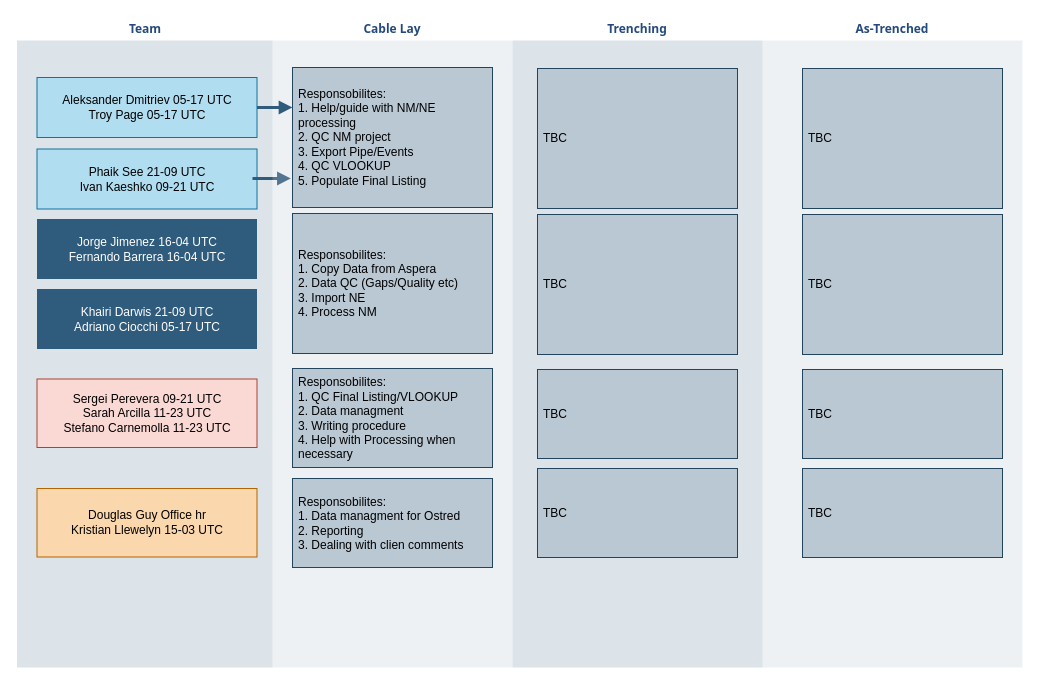
Balumys/xkcd_comics keeps this draw.io diagram as Диаграмма без названия.drawio. Above is the earlier version. Source tidied: cells renumbered, new cells numbered last; positions are measured from the earlier drawing's top-left corner, leaving out a move shared by most shapes. Both pictures are drawn from the tidied source at 100%, with x=0, y=0 at pixel (16, 17).
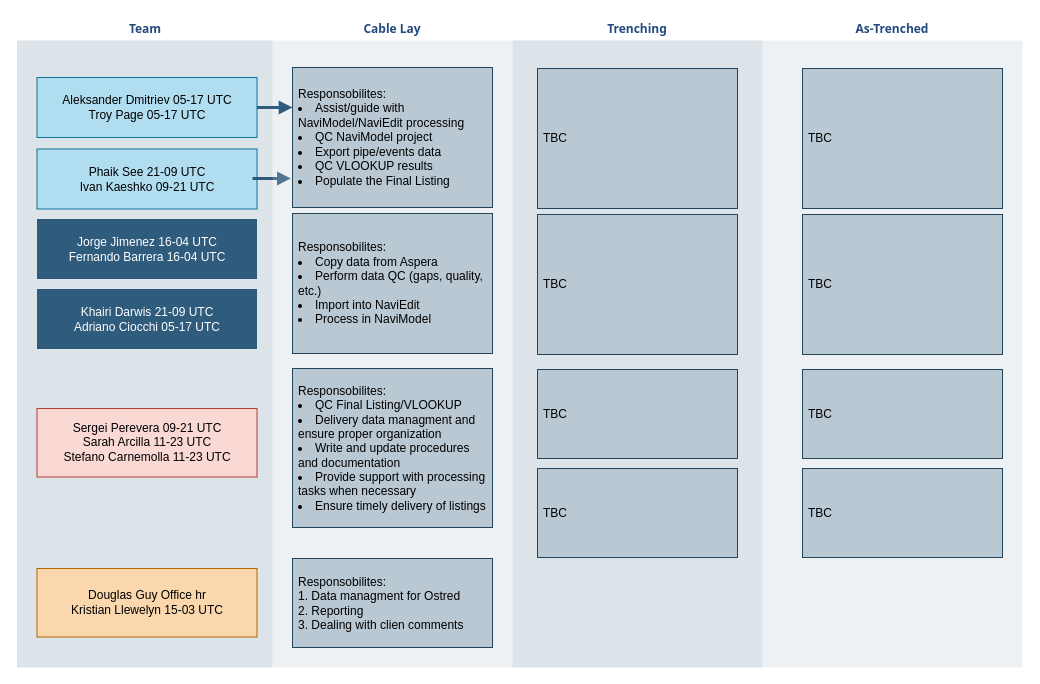
The same diagram, later.

The change refers to these unchanged cells:
```xml
<mxCell id="2" value="&lt;font color=&quot;#23497d&quot;&gt;Team&lt;/font&gt;" style="swimlane;whiteSpace=wrap;fillColor=none;swimlaneFillColor=#BAC8D3;fontColor=#2F5B7C;fontFamily=Tahoma;html=1;strokeColor=none;opacity=50;" parent="1" vertex="1">
  <mxGeometry x="0.5" width="255.5" height="650" as="geometry" />
</mxCell>
<mxCell id="10" value="&lt;font color=&quot;#23497d&quot;&gt;Cable Lay&lt;/font&gt;" style="swimlane;whiteSpace=wrap;fillColor=none;swimlaneFillColor=#BAC8D3;fontColor=#2F5B7C;fontFamily=Tahoma;html=1;strokeColor=none;opacity=25;" parent="1" vertex="1">
  <mxGeometry x="256" width="240" height="650" as="geometry" />
</mxCell>
```

The edit, as a diff of the source:
```diff
@@
     <mxCell id="7" value="Sergei Perevera 09-21 UTC&lt;div&gt;Sarah Arcilla 11-23 UTC&lt;/div&gt;&lt;div&gt;Stefano Carnemolla 11-23 UTC&lt;/div&gt;" style="whiteSpace=wrap;shadow=0;fontFamily=Helvetica;fontStyle=0;html=1;fontSize=12;strokeColor=#ae4132;fillColor=#fad9d5;spacing=6;verticalAlign=middle;" parent="2" vertex="1">
-      <mxGeometry x="20" y="361.5" width="220" height="68.5" as="geometry" />
+      <mxGeometry x="20" y="391" width="220" height="68.5" as="geometry" />
     </mxCell>
-    <mxCell id="8" value="Douglas Guy Office hr&lt;div&gt;Kristian Llewelyn 15-03 UTC&lt;/div&gt;" style="whiteSpace=wrap;shadow=0;fontFamily=Helvetica;fontStyle=0;html=1;fontSize=12;strokeColor=#b46504;fillColor=#fad7ac;spacing=6;verticalAlign=middle;" parent="2" vertex="1">
-      <mxGeometry x="20" y="471" width="220" height="68.5" as="geometry" />
-    </mxCell>
@@
-    <mxCell id="11" value="&lt;font style=&quot;font-size: 12px;&quot;&gt;Responsobilites:&amp;nbsp;&lt;/font&gt;&lt;div style=&quot;line-height: 120%; padding-top: 0px;&quot;&gt;&lt;font style=&quot;font-size: 12px;&quot;&gt;1. Help/guide with NM/NE processing&lt;/font&gt;&lt;/div&gt;&lt;div style=&quot;line-height: 120%; padding-top: 0px;&quot;&gt;&lt;font style=&quot;font-size: 12px;&quot;&gt;2. QC NM project&lt;/font&gt;&lt;/div&gt;&lt;div style=&quot;line-height: 120%; padding-top: 0px;&quot;&gt;&lt;font style=&quot;font-size: 12px;&quot;&gt;3. Export Pipe/Events&lt;/font&gt;&lt;/div&gt;&lt;div style=&quot;line-height: 120%; padding-top: 0px;&quot;&gt;&lt;font style=&quot;font-size: 12px;&quot;&gt;4. QC VLOOKUP&lt;/font&gt;&lt;/div&gt;&lt;div style=&quot;line-height: 120%; padding-top: 0px;&quot;&gt;&lt;font style=&quot;font-size: 12px;&quot;&gt;5. Populate Final Listing&lt;/font&gt;&lt;/div&gt;" style="whiteSpace=wrap;shadow=0;fontFamily=Helvetica;fontStyle=0;html=1;fontSize=12;strokeColor=#23445d;fillColor=#bac8d3;spacing=6;verticalAlign=middle;align=left;" parent="10" vertex="1">
+    <mxCell id="11" value="&lt;font style=&quot;font-size: 12px;&quot;&gt;Responsobilites:&amp;nbsp;&lt;/font&gt;&lt;div style=&quot;line-height: 120%; padding-top: 0px;&quot;&gt;&lt;li&gt;Assist/guide with NaviModel/NaviEdit processing&lt;/li&gt;&lt;li&gt;QC NaviModel project&lt;/li&gt;&lt;li&gt;Export pipe/events data&lt;/li&gt;&lt;li&gt;QC VLOOKUP results&lt;/li&gt;&lt;li&gt;Populate the Final Listing&lt;/li&gt;&lt;/div&gt;" style="whiteSpace=wrap;shadow=0;fontFamily=Helvetica;fontStyle=0;html=1;fontSize=12;strokeColor=#23445d;fillColor=#bac8d3;spacing=6;verticalAlign=middle;align=left;" parent="10" vertex="1">
       <mxGeometry x="20" y="50" width="200" height="140" as="geometry" />
     </mxCell>
-    <mxCell id="12" value="&lt;font style=&quot;font-size: 12px;&quot;&gt;Responsobilites:&amp;nbsp;&lt;/font&gt;&lt;div style=&quot;line-height: 120%; padding-top: 0px;&quot;&gt;&lt;font style=&quot;font-size: 12px;&quot;&gt;1. Copy Data from Aspera&lt;/font&gt;&lt;/div&gt;&lt;div style=&quot;line-height: 120%; padding-top: 0px;&quot;&gt;&lt;font style=&quot;font-size: 12px;&quot;&gt;2. Data QC (Gaps/Quality etc)&lt;/font&gt;&lt;/div&gt;&lt;div style=&quot;line-height: 120%; padding-top: 0px;&quot;&gt;&lt;font style=&quot;font-size: 12px;&quot;&gt;3. Import NE&lt;/font&gt;&lt;/div&gt;&lt;div style=&quot;line-height: 120%; padding-top: 0px;&quot;&gt;&lt;font style=&quot;font-size: 12px;&quot;&gt;4. Process NM&lt;/font&gt;&lt;/div&gt;" style="whiteSpace=wrap;shadow=0;fontFamily=Helvetica;fontStyle=0;html=1;fontSize=12;strokeColor=#23445d;fillColor=#bac8d3;spacing=6;verticalAlign=middle;align=left;" parent="10" vertex="1">
+    <mxCell id="12" value="&lt;font style=&quot;font-size: 12px;&quot;&gt;Responsobilites:&amp;nbsp;&lt;/font&gt;&lt;div style=&quot;line-height: 120%; padding-top: 0px;&quot;&gt;&lt;li&gt;Copy data from Aspera&lt;/li&gt;&lt;li&gt;Perform data QC (gaps, quality, etc.)&lt;/li&gt;&lt;li&gt;Import into NaviEdit&lt;/li&gt;&lt;li&gt;Process in NaviModel&lt;/li&gt;&lt;/div&gt;" style="whiteSpace=wrap;shadow=0;fontFamily=Helvetica;fontStyle=0;html=1;fontSize=12;strokeColor=#23445d;fillColor=#bac8d3;spacing=6;verticalAlign=middle;align=left;" parent="10" vertex="1">
       <mxGeometry x="20" y="196" width="200" height="140" as="geometry" />
     </mxCell>
-    <mxCell id="13" value="&lt;font style=&quot;font-size: 12px;&quot;&gt;Responsobilites:&amp;nbsp;&lt;/font&gt;&lt;div style=&quot;line-height: 120%; padding-top: 0px;&quot;&gt;&lt;font style=&quot;font-size: 12px;&quot;&gt;1. QC Final Listing/VLOOKUP&lt;/font&gt;&lt;/div&gt;&lt;div style=&quot;line-height: 120%; padding-top: 0px;&quot;&gt;&lt;font style=&quot;font-size: 12px;&quot;&gt;2. Data managment&lt;/font&gt;&lt;/div&gt;&lt;div style=&quot;line-height: 120%; padding-top: 0px;&quot;&gt;&lt;font style=&quot;font-size: 12px;&quot;&gt;3. Writing procedure&lt;/font&gt;&lt;/div&gt;&lt;div style=&quot;line-height: 120%; padding-top: 0px;&quot;&gt;&lt;font style=&quot;font-size: 12px;&quot;&gt;4. Help with Processing when necessary&lt;/font&gt;&lt;/div&gt;" style="whiteSpace=wrap;shadow=0;fontFamily=Helvetica;fontStyle=0;html=1;fontSize=12;strokeColor=#23445d;fillColor=#bac8d3;spacing=6;verticalAlign=middle;align=left;" parent="10" vertex="1">
-      <mxGeometry x="20" y="351" width="200" height="99" as="geometry" />
+    <mxCell id="13" value="&lt;font style=&quot;font-size: 12px;&quot;&gt;Responsobilites:&amp;nbsp;&lt;/font&gt;&lt;li&gt;QC Final Listing/VLOOKUP&lt;/li&gt;&lt;li&gt;Delivery data managment and ensure proper organization&lt;/li&gt;&lt;li&gt;Write and update procedures and documentation&lt;/li&gt;&lt;li&gt;Provide support with processing tasks when necessary&lt;/li&gt;&lt;li&gt;Ensure timely delivery of listings&lt;/li&gt;" style="whiteSpace=wrap;shadow=0;fontFamily=Helvetica;fontStyle=0;html=1;fontSize=12;strokeColor=#23445d;fillColor=#bac8d3;spacing=6;verticalAlign=middle;align=left;" parent="10" vertex="1">
+      <mxGeometry x="20" y="351" width="200" height="159" as="geometry" />
     </mxCell>
+    <mxCell id="8" value="Douglas Guy Office hr&lt;div&gt;Kristian Llewelyn 15-03 UTC&lt;/div&gt;" style="whiteSpace=wrap;shadow=0;fontFamily=Helvetica;fontStyle=0;html=1;fontSize=12;strokeColor=#b46504;fillColor=#fad7ac;spacing=6;verticalAlign=middle;" parent="10" vertex="1">
+      <mxGeometry x="-235.5" y="551" width="220" height="68.5" as="geometry" />
+    </mxCell>
     <mxCell id="14" value="&lt;font style=&quot;font-size: 12px;&quot;&gt;Responsobilites:&amp;nbsp;&lt;/font&gt;&lt;div style=&quot;line-height: 120%; padding-top: 0px;&quot;&gt;&lt;font style=&quot;font-size: 12px;&quot;&gt;1. Data managment for Ostred&lt;/font&gt;&lt;/div&gt;&lt;div style=&quot;line-height: 120%; padding-top: 0px;&quot;&gt;&lt;font style=&quot;font-size: 12px;&quot;&gt;2. Reporting&lt;/font&gt;&lt;/div&gt;&lt;div style=&quot;line-height: 120%; padding-top: 0px;&quot;&gt;&lt;font style=&quot;font-size: 12px;&quot;&gt;3. Dealing with clien comments&lt;/font&gt;&lt;/div&gt;" style="whiteSpace=wrap;shadow=0;fontFamily=Helvetica;fontStyle=0;html=1;fontSize=12;strokeColor=#23445d;fillColor=#bac8d3;spacing=6;verticalAlign=middle;align=left;" parent="10" vertex="1">
-      <mxGeometry x="20" y="461" width="200" height="89" as="geometry" />
+      <mxGeometry x="20" y="541" width="200" height="89" as="geometry" />
     </mxCell>
```
